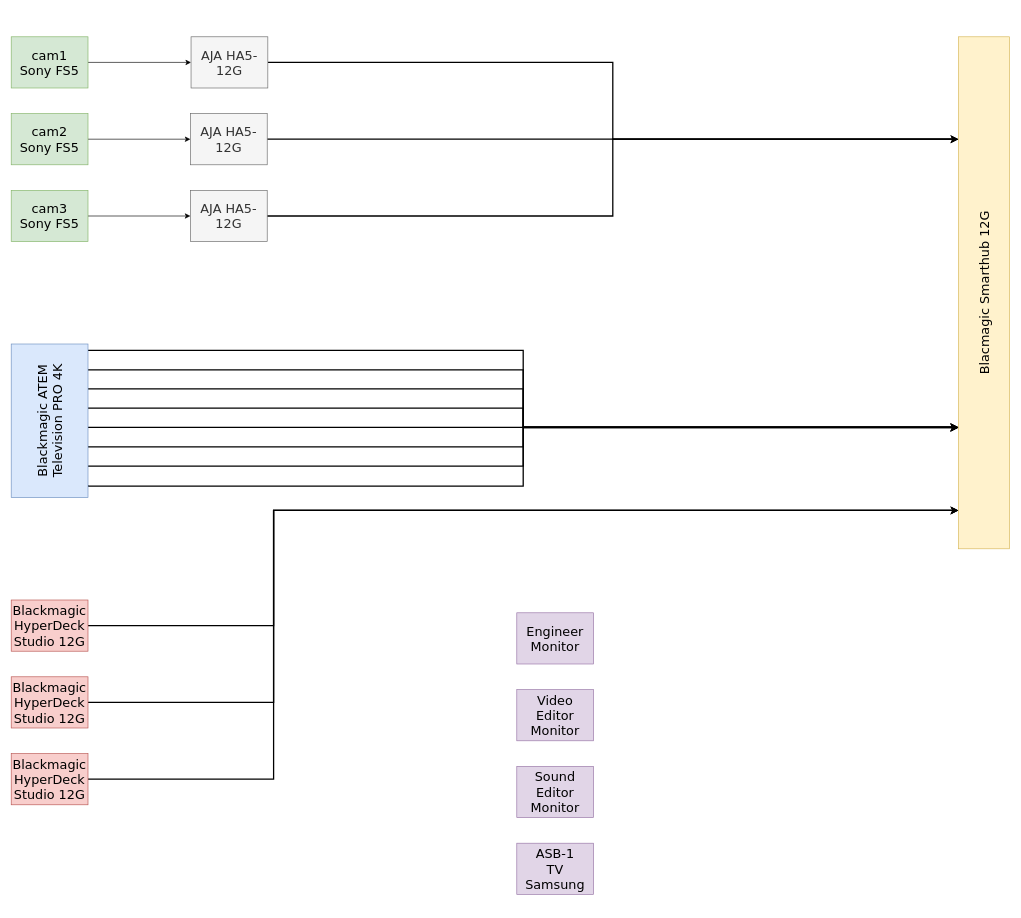
Before: page "Chromakey ASB-1" (1 of 2) of ASB-1_Sheme.drawio in msslava/content_union, a draw.io diagram. Source tidied: cells renumbered, new cells numbered last; positions are measured from the earlier drawing's top-left corner, leaving out a move shared by most shapes. Both pictures are drawn from the tidied source at 64%, with x=0, y=0 at pixel (11, 36).
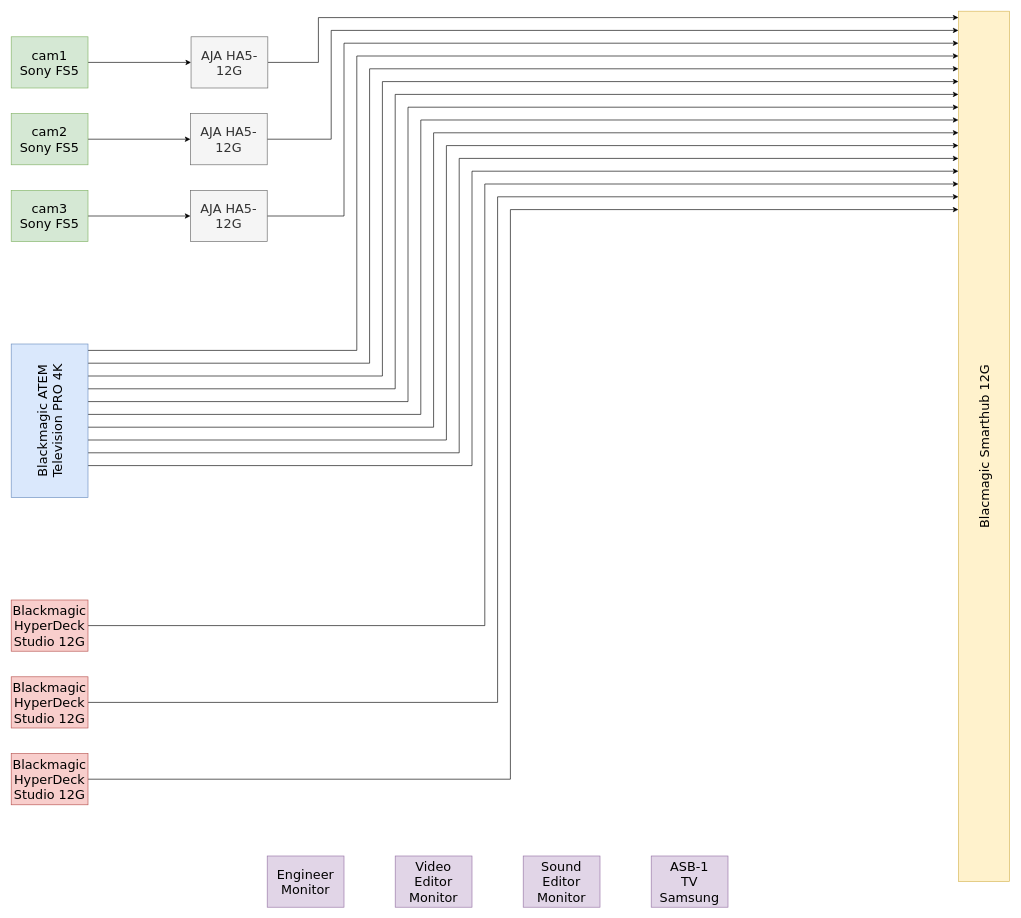
Above is the later version.

The change refers to these unchanged cells:
```xml
<mxCell id="9" value="&lt;span&gt;AJA HA5-12G&lt;/span&gt;&lt;br&gt;" style="rounded=0;whiteSpace=wrap;html=1;fontFamily=Verdana;fontSize=20;fillColor=#f5f5f5;strokeColor=#666666;fontColor=#333333;" parent="1" vertex="1">
  <mxGeometry x="281" width="120" height="80" as="geometry" />
</mxCell>
<mxCell id="11" value="&lt;span&gt;AJA HA5-12G&lt;/span&gt;&lt;br&gt;" style="rounded=0;whiteSpace=wrap;html=1;fontFamily=Verdana;fontSize=20;fillColor=#f5f5f5;strokeColor=#666666;fontColor=#333333;" parent="1" vertex="1">
  <mxGeometry x="280" y="120" width="120" height="80" as="geometry" />
</mxCell>
<mxCell id="13" value="&lt;span&gt;AJA HA5-12G&lt;/span&gt;&lt;br&gt;" style="rounded=0;whiteSpace=wrap;html=1;fontFamily=Verdana;fontSize=20;fillColor=#f5f5f5;strokeColor=#666666;fontColor=#333333;" parent="1" vertex="1">
  <mxGeometry x="280" y="240" width="120" height="80" as="geometry" />
</mxCell>
<mxCell id="22" value="Blackmagic ATEM Television PRO 4K&lt;br&gt;" style="rounded=0;whiteSpace=wrap;html=1;fontFamily=Verdana;fontSize=20;fillColor=#dae8fc;strokeColor=#6c8ebf;flipV=1;flipH=1;horizontal=0;" parent="1" vertex="1">
  <mxGeometry y="480" width="120" height="240" as="geometry" />
</mxCell>
<mxCell id="24" value="&lt;span&gt;Blackmagic HyperDeck Studio 12G&lt;/span&gt;&lt;br&gt;" style="rounded=0;whiteSpace=wrap;html=1;fontFamily=Verdana;fontSize=20;fillColor=#f8cecc;strokeColor=#b85450;" parent="1" vertex="1">
  <mxGeometry y="880" width="120" height="80" as="geometry" />
</mxCell>
<mxCell id="26" value="&lt;span&gt;Blackmagic HyperDeck Studio 12G&lt;/span&gt;&lt;br&gt;" style="rounded=0;whiteSpace=wrap;html=1;fontFamily=Verdana;fontSize=20;fillColor=#f8cecc;strokeColor=#b85450;" parent="1" vertex="1">
  <mxGeometry y="1000" width="120" height="80" as="geometry" />
</mxCell>
<mxCell id="28" value="&lt;span&gt;Blackmagic HyperDeck Studio 12G&lt;/span&gt;&lt;br&gt;" style="rounded=0;whiteSpace=wrap;html=1;fontFamily=Verdana;fontSize=20;fillColor=#f8cecc;strokeColor=#b85450;" parent="1" vertex="1">
  <mxGeometry y="1120" width="120" height="80" as="geometry" />
</mxCell>
```

What changed in the source:
```diff
@@
-    <mxCell id="8" style="edgeStyle=orthogonalEdgeStyle;rounded=0;jettySize=auto;html=1;startArrow=none;startFill=0;endArrow=classic;endFill=1;strokeWidth=2;fontFamily=Verdana;fontSize=31;" parent="1" edge="1" source="9" target="33">
+    <mxCell id="8" style="edgeStyle=orthogonalEdgeStyle;rounded=0;jettySize=auto;html=1;fontSize=22;" parent="1" edge="1" source="9" target="33">
       <mxGeometry relative="1" as="geometry">
         <Array as="points">
-          <mxPoint x="940" y="40" />
-          <mxPoint x="940" y="160" />
+          <mxPoint x="480" y="40" />
+          <mxPoint x="480" y="-30" />
         </Array>
       </mxGeometry>
     </mxCell>
@@
-    <mxCell id="10" style="edgeStyle=orthogonalEdgeStyle;rounded=0;jettySize=auto;html=1;startArrow=none;startFill=0;endArrow=classic;endFill=1;strokeWidth=2;fontFamily=Verdana;fontSize=31;" parent="1" edge="1" source="11" target="33">
+    <mxCell id="10" style="edgeStyle=orthogonalEdgeStyle;rounded=0;jettySize=auto;html=1;fontSize=22;" parent="1" edge="1" source="11" target="33">
       <mxGeometry relative="1" as="geometry">
         <Array as="points">
-          <mxPoint x="1250" y="160" />
-          <mxPoint x="1250" y="160" />
+          <mxPoint x="500" y="160" />
+          <mxPoint x="500" y="-10" />
         </Array>
       </mxGeometry>
     </mxCell>
@@
-    <mxCell id="12" style="edgeStyle=orthogonalEdgeStyle;rounded=0;jettySize=auto;html=1;startArrow=none;startFill=0;endArrow=classic;endFill=1;strokeWidth=2;fontFamily=Verdana;fontSize=31;" parent="1" edge="1" source="13" target="33">
+    <mxCell id="12" style="edgeStyle=orthogonalEdgeStyle;rounded=0;jettySize=auto;html=1;fontSize=22;" parent="1" edge="1" source="13" target="33">
       <mxGeometry relative="1" as="geometry">
         <Array as="points">
-          <mxPoint x="940" y="280" />
-          <mxPoint x="940" y="160" />
+          <mxPoint x="520" y="280" />
+          <mxPoint x="520" y="10" />
         </Array>
       </mxGeometry>
     </mxCell>
@@
-    <mxCell id="14" style="edgeStyle=orthogonalEdgeStyle;rounded=0;orthogonalLoop=1;jettySize=auto;html=1;startArrow=none;startFill=0;endArrow=classic;endFill=1;strokeWidth=2;fontFamily=Verdana;fontSize=20;" parent="1" edge="1">
-      <mxGeometry relative="1" as="geometry">
-        <mxPoint x="120" y="520.3" as="sourcePoint" />
-        <mxPoint x="1480" y="610.3" as="targetPoint" />
-        <Array as="points">
-          <mxPoint x="800" y="520" />
-          <mxPoint x="800" y="610" />
-        </Array>
-      </mxGeometry>
-    </mxCell>
-    <mxCell id="15" style="edgeStyle=orthogonalEdgeStyle;rounded=0;jettySize=auto;html=1;startArrow=none;startFill=0;endArrow=classic;endFill=1;strokeWidth=2;fontFamily=Verdana;fontSize=20;" parent="1" edge="1" source="22" target="33">
-      <mxGeometry relative="1" as="geometry">
-        <Array as="points">
-          <mxPoint x="800" y="490" />
-          <mxPoint x="800" y="610" />
-        </Array>
-      </mxGeometry>
-    </mxCell>
-    <mxCell id="16" style="edgeStyle=orthogonalEdgeStyle;rounded=0;orthogonalLoop=1;jettySize=auto;html=1;startArrow=none;startFill=0;endArrow=classic;endFill=1;strokeWidth=2;fontFamily=Verdana;fontSize=20;" parent="1" edge="1">
-      <mxGeometry relative="1" as="geometry">
-        <mxPoint x="120" y="550" as="sourcePoint" />
-        <mxPoint x="1480" y="610" as="targetPoint" />
-        <Array as="points">
-          <mxPoint x="800" y="550" />
-          <mxPoint x="800" y="610" />
-        </Array>
-      </mxGeometry>
-    </mxCell>
-    <mxCell id="17" style="edgeStyle=orthogonalEdgeStyle;rounded=0;orthogonalLoop=1;jettySize=auto;html=1;startArrow=none;startFill=0;endArrow=classic;endFill=1;strokeWidth=2;fontFamily=Verdana;fontSize=20;" parent="1" edge="1">
-      <mxGeometry relative="1" as="geometry">
-        <mxPoint x="120" y="580.3" as="sourcePoint" />
-        <mxPoint x="1480" y="610.3" as="targetPoint" />
-        <Array as="points">
-          <mxPoint x="800" y="580" />
-          <mxPoint x="800" y="610" />
-        </Array>
-      </mxGeometry>
-    </mxCell>
-    <mxCell id="18" style="edgeStyle=orthogonalEdgeStyle;rounded=0;orthogonalLoop=1;jettySize=auto;html=1;startArrow=none;startFill=0;endArrow=classic;endFill=1;strokeWidth=2;fontFamily=Verdana;fontSize=20;" parent="1" edge="1">
-      <mxGeometry relative="1" as="geometry">
-        <mxPoint x="120" y="610.3" as="sourcePoint" />
-        <mxPoint x="1480" y="610.3" as="targetPoint" />
-        <Array as="points">
-          <mxPoint x="320" y="610" />
-          <mxPoint x="320" y="610" />
-        </Array>
-      </mxGeometry>
-    </mxCell>
-    <mxCell id="19" style="edgeStyle=orthogonalEdgeStyle;rounded=0;orthogonalLoop=1;jettySize=auto;html=1;startArrow=none;startFill=0;endArrow=classic;endFill=1;strokeWidth=2;fontFamily=Verdana;fontSize=20;" parent="1" edge="1">
-      <mxGeometry relative="1" as="geometry">
-        <mxPoint x="120" y="640.7" as="sourcePoint" />
-        <mxPoint x="1480" y="610.7" as="targetPoint" />
-        <Array as="points">
-          <mxPoint x="800" y="641" />
-          <mxPoint x="800" y="611" />
-        </Array>
-      </mxGeometry>
-    </mxCell>
-    <mxCell id="20" style="edgeStyle=orthogonalEdgeStyle;rounded=0;orthogonalLoop=1;jettySize=auto;html=1;startArrow=none;startFill=0;endArrow=classic;endFill=1;strokeWidth=2;fontFamily=Verdana;fontSize=20;" parent="1" edge="1">
-      <mxGeometry relative="1" as="geometry">
-        <mxPoint x="120" y="670.7" as="sourcePoint" />
-        <mxPoint x="1480" y="610.7" as="targetPoint" />
-        <Array as="points">
-          <mxPoint x="800" y="671" />
-          <mxPoint x="800" y="611" />
-        </Array>
-      </mxGeometry>
-    </mxCell>
-    <mxCell id="21" style="edgeStyle=orthogonalEdgeStyle;rounded=0;jettySize=auto;html=1;startArrow=none;startFill=0;endArrow=classic;endFill=1;strokeWidth=2;fontFamily=Verdana;fontSize=20;" parent="1" edge="1" target="33">
-      <mxGeometry relative="1" as="geometry">
-        <mxPoint x="120" y="700.7" as="sourcePoint" />
-        <Array as="points">
-          <mxPoint x="120" y="702" />
-          <mxPoint x="800" y="702" />
-          <mxPoint x="800" y="610" />
-        </Array>
-      </mxGeometry>
-    </mxCell>
+    <mxCell id="34" style="edgeStyle=orthogonalEdgeStyle;rounded=0;jettySize=auto;html=1;fontSize=22;" parent="1" edge="1" source="22" target="33">
+      <mxGeometry relative="1" as="geometry">
+        <Array as="points">
+          <mxPoint x="540" y="490" />
+          <mxPoint x="540" y="30" />
+        </Array>
+      </mxGeometry>
+    </mxCell>
+    <mxCell id="35" style="edgeStyle=orthogonalEdgeStyle;rounded=0;jettySize=auto;html=1;fontSize=22;" parent="1" edge="1" source="22" target="33">
+      <mxGeometry relative="1" as="geometry">
+        <Array as="points">
+          <mxPoint x="560" y="510" />
+          <mxPoint x="560" y="50" />
+        </Array>
+      </mxGeometry>
+    </mxCell>
+    <mxCell id="36" style="edgeStyle=orthogonalEdgeStyle;rounded=0;jettySize=auto;html=1;fontSize=22;" parent="1" edge="1" source="22" target="33">
+      <mxGeometry relative="1" as="geometry">
+        <Array as="points">
+          <mxPoint x="580" y="530" />
+          <mxPoint x="580" y="70" />
+        </Array>
+      </mxGeometry>
+    </mxCell>
+    <mxCell id="37" style="edgeStyle=orthogonalEdgeStyle;rounded=0;jettySize=auto;html=1;fontSize=22;" parent="1" edge="1" source="22" target="33">
+      <mxGeometry relative="1" as="geometry">
+        <Array as="points">
+          <mxPoint x="600" y="550" />
+          <mxPoint x="600" y="90" />
+        </Array>
+      </mxGeometry>
+    </mxCell>
+    <mxCell id="38" style="edgeStyle=orthogonalEdgeStyle;rounded=0;jettySize=auto;html=1;fontSize=22;" parent="1" edge="1" source="22" target="33">
+      <mxGeometry relative="1" as="geometry">
+        <Array as="points">
+          <mxPoint x="620" y="570" />
+          <mxPoint x="620" y="110" />
+        </Array>
+      </mxGeometry>
+    </mxCell>
+    <mxCell id="39" style="edgeStyle=orthogonalEdgeStyle;rounded=0;jettySize=auto;html=1;fontSize=22;" parent="1" edge="1" source="22" target="33">
+      <mxGeometry relative="1" as="geometry">
+        <Array as="points">
+          <mxPoint x="640" y="590" />
+          <mxPoint x="640" y="130" />
+        </Array>
+      </mxGeometry>
+    </mxCell>
+    <mxCell id="40" style="edgeStyle=orthogonalEdgeStyle;rounded=0;jettySize=auto;html=1;fontSize=22;" parent="1" edge="1" source="22" target="33">
+      <mxGeometry relative="1" as="geometry">
+        <Array as="points">
+          <mxPoint x="660" y="610" />
+          <mxPoint x="660" y="150" />
+        </Array>
+      </mxGeometry>
+    </mxCell>
+    <mxCell id="41" style="edgeStyle=orthogonalEdgeStyle;rounded=0;jettySize=auto;html=1;fontSize=22;" parent="1" edge="1" source="22" target="33">
+      <mxGeometry relative="1" as="geometry">
+        <Array as="points">
+          <mxPoint x="680" y="630" />
+          <mxPoint x="680" y="170" />
+        </Array>
+      </mxGeometry>
+    </mxCell>
+    <mxCell id="42" style="edgeStyle=orthogonalEdgeStyle;rounded=0;jettySize=auto;html=1;fontSize=22;" parent="1" edge="1" source="22" target="33">
+      <mxGeometry relative="1" as="geometry">
+        <Array as="points">
+          <mxPoint x="700" y="650" />
+          <mxPoint x="700" y="190" />
+        </Array>
+      </mxGeometry>
+    </mxCell>
+    <mxCell id="43" style="edgeStyle=orthogonalEdgeStyle;rounded=0;jettySize=auto;html=1;fontSize=22;" parent="1" edge="1" source="22" target="33">
+      <mxGeometry relative="1" as="geometry">
+        <Array as="points">
+          <mxPoint x="720" y="670" />
+          <mxPoint x="720" y="210" />
+        </Array>
+      </mxGeometry>
+    </mxCell>
@@
-    <mxCell id="23" style="edgeStyle=orthogonalEdgeStyle;rounded=0;jettySize=auto;html=1;startArrow=none;startFill=0;endArrow=classic;endFill=1;strokeWidth=2;fontFamily=Verdana;fontSize=20;" parent="1" edge="1" source="24" target="33">
+    <mxCell id="23" style="edgeStyle=orthogonalEdgeStyle;rounded=0;jettySize=auto;html=1;fontSize=22;" parent="1" edge="1" source="24" target="33">
       <mxGeometry relative="1" as="geometry">
         <Array as="points">
-          <mxPoint x="410" y="920" />
-          <mxPoint x="410" y="740" />
+          <mxPoint x="740" y="920" />
+          <mxPoint x="740" y="230" />
         </Array>
       </mxGeometry>
     </mxCell>
@@
-    <mxCell id="25" style="edgeStyle=orthogonalEdgeStyle;rounded=0;jettySize=auto;html=1;startArrow=none;startFill=0;endArrow=classic;endFill=1;strokeWidth=2;fontFamily=Verdana;fontSize=20;" parent="1" edge="1" source="26" target="33">
+    <mxCell id="25" style="edgeStyle=orthogonalEdgeStyle;rounded=0;jettySize=auto;html=1;fontSize=22;" parent="1" edge="1" source="26" target="33">
       <mxGeometry relative="1" as="geometry">
         <Array as="points">
-          <mxPoint x="410" y="1040" />
-          <mxPoint x="410" y="740" />
+          <mxPoint x="760" y="1040" />
+          <mxPoint x="760" y="250" />
         </Array>
       </mxGeometry>
     </mxCell>
@@
-    <mxCell id="27" style="edgeStyle=orthogonalEdgeStyle;rounded=0;jettySize=auto;html=1;startArrow=none;startFill=0;endArrow=classic;endFill=1;strokeWidth=2;fontFamily=Verdana;fontSize=20;" parent="1" edge="1" source="28" target="33">
+    <mxCell id="27" style="edgeStyle=orthogonalEdgeStyle;rounded=0;jettySize=auto;html=1;fontSize=22;" parent="1" edge="1" source="28" target="33">
       <mxGeometry relative="1" as="geometry">
         <Array as="points">
-          <mxPoint x="410" y="1160" />
-          <mxPoint x="410" y="740" />
+          <mxPoint x="780" y="1160" />
+          <mxPoint x="780" y="270" />
         </Array>
       </mxGeometry>
     </mxCell>
@@
     <mxCell id="29" value="Engineer&lt;br&gt;Monitor&lt;br&gt;" style="rounded=0;whiteSpace=wrap;html=1;fontFamily=Verdana;fontSize=20;fillColor=#e1d5e7;strokeColor=#9673a6;" parent="1" vertex="1">
-      <mxGeometry x="790" y="900" width="120" height="80" as="geometry" />
+      <mxGeometry x="400" y="1280" width="120" height="80" as="geometry" />
     </mxCell>
     <mxCell id="30" value="Video&lt;br&gt;Editor&lt;br&gt;Monitor&lt;br&gt;" style="rounded=0;whiteSpace=wrap;html=1;fontFamily=Verdana;fontSize=20;fillColor=#e1d5e7;strokeColor=#9673a6;" parent="1" vertex="1">
-      <mxGeometry x="790" y="1020" width="120" height="80" as="geometry" />
+      <mxGeometry x="600" y="1280" width="120" height="80" as="geometry" />
     </mxCell>
     <mxCell id="31" value="ASB-1 &lt;br&gt;TV&lt;br&gt;Samsung&lt;br&gt;" style="rounded=0;whiteSpace=wrap;html=1;fontFamily=Verdana;fontSize=20;fillColor=#e1d5e7;strokeColor=#9673a6;" parent="1" vertex="1">
-      <mxGeometry x="790" y="1260" width="120" height="80" as="geometry" />
+      <mxGeometry x="1000" y="1280" width="120" height="80" as="geometry" />
     </mxCell>
     <mxCell id="32" value="Sound&lt;br&gt;Editor&lt;br&gt;Monitor&lt;br&gt;" style="rounded=0;whiteSpace=wrap;html=1;fontFamily=Verdana;fontSize=20;fillColor=#e1d5e7;strokeColor=#9673a6;" parent="1" vertex="1">
-      <mxGeometry x="790" y="1140" width="120" height="80" as="geometry" />
+      <mxGeometry x="800" y="1280" width="120" height="80" as="geometry" />
     </mxCell>
     <mxCell id="33" value="Blacmagic Smarthub 12G" style="rounded=0;whiteSpace=wrap;html=1;fontFamily=Verdana;fontSize=20;horizontal=0;fillColor=#fff2cc;strokeColor=#d6b656;" parent="1" vertex="1">
-      <mxGeometry x="1480" width="80" height="800" as="geometry" />
+      <mxGeometry x="1480" y="-40" width="80" height="1360" as="geometry" />
     </mxCell>
```
